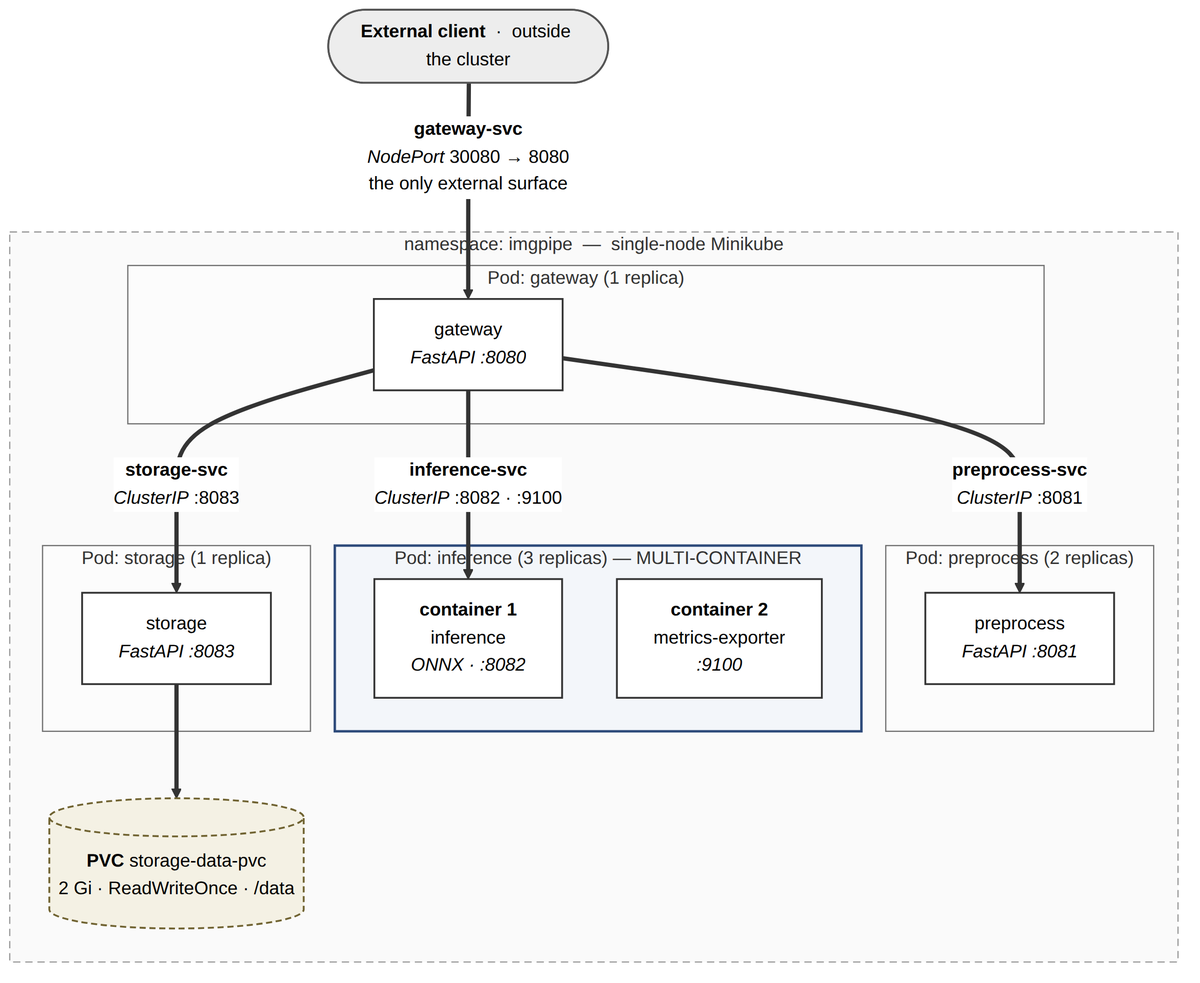
Above: docs/diagrams/out/k8s-topology.png in angeudybp/csc478-project (Mermaid), before the change. Its source is kept beside it as docs/diagrams/k8s-topology.mmd. The source it was exported from:
```mermaid
flowchart TB
    CL(["<b>External client</b> &nbsp;·&nbsp; outside the cluster"])

    subgraph NS["namespace: imgpipe &nbsp;—&nbsp; single-node Minikube"]
        direction TB

        subgraph PGW["Pod: gateway (1 replica)"]
            CGW["gateway<br/><i>FastAPI :8080</i>"]
        end

        subgraph PPP["Pod: preprocess (2 replicas)"]
            CPP["preprocess<br/><i>FastAPI :8081</i>"]
        end

        subgraph PINF["Pod: inference (3 replicas) — MULTI-CONTAINER"]
            CINF["<b>container 1</b><br/>inference<br/><i>ONNX · :8082</i>"]
            CSD["<b>container 2</b><br/>metrics-exporter<br/><i>:9100</i>"]
        end

        subgraph PST["Pod: storage (1 replica)"]
            CST["storage<br/><i>FastAPI :8083</i>"]
        end

        PVC[("<b>PVC</b> storage-data-pvc<br/>2 Gi · ReadWriteOnce · /data")]
    end

    CL ==>|"<b>gateway-svc</b><br/><i>NodePort</i> 30080 → 8080<br/>the only external surface"| CGW
    CGW ==>|"<b>preprocess-svc</b><br/><i>ClusterIP</i> :8081"| CPP
    CGW ==>|"<b>inference-svc</b><br/><i>ClusterIP</i> :8082 · :9100"| CINF
    CGW ==>|"<b>storage-svc</b><br/><i>ClusterIP</i> :8083"| CST
    CST ==> PVC

    classDef ext fill:#ededed,stroke:#555555,stroke-width:1.5px
    classDef ctr fill:#ffffff,stroke:#333333,stroke-width:1.5px
    classDef vol fill:#f4f1e4,stroke:#6f6230,stroke-width:1.5px,stroke-dasharray:5 3
    class CL ext
    class CGW,CPP,CINF,CSD,CST ctr
    class PVC vol
    style NS fill:#fafafa,stroke:#999999,stroke-dasharray:6 4
    style PINF fill:#f3f6fa,stroke:#2d4a7a,stroke-width:2px
```
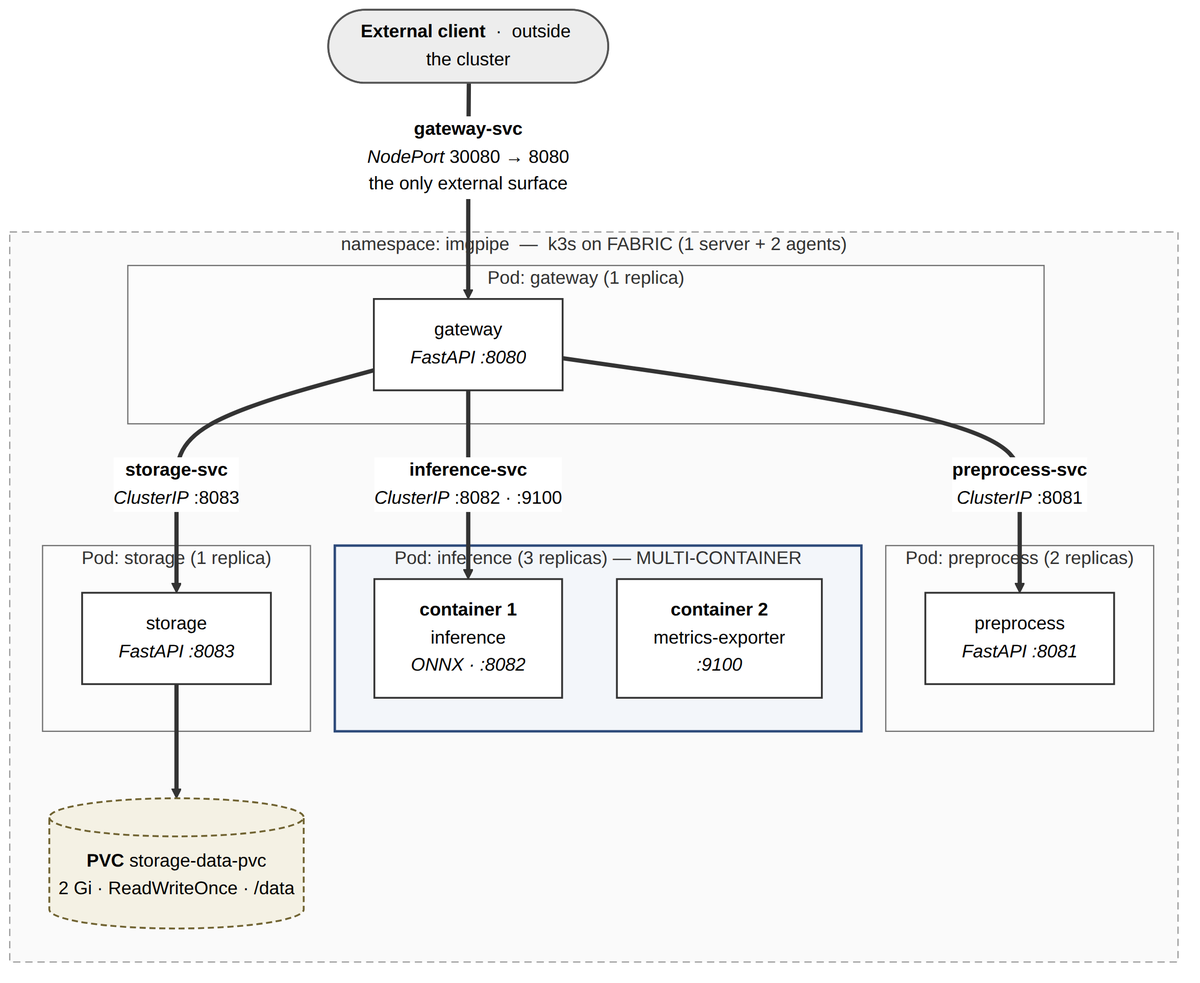
Later version of the same file.

Commit message:
Revise the M1 report for FABRIC as the deployment target

Diff of the diagram source:
```diff
@@ -1,7 +1,7 @@
 flowchart TB
     CL(["<b>External client</b> &nbsp;·&nbsp; outside the cluster"])
 
-    subgraph NS["namespace: imgpipe &nbsp;—&nbsp; single-node Minikube"]
+    subgraph NS["namespace: imgpipe &nbsp;—&nbsp; k3s on FABRIC (1 server + 2 agents)"]
         direction TB
 
         subgraph PGW["Pod: gateway (1 replica)"]
```
